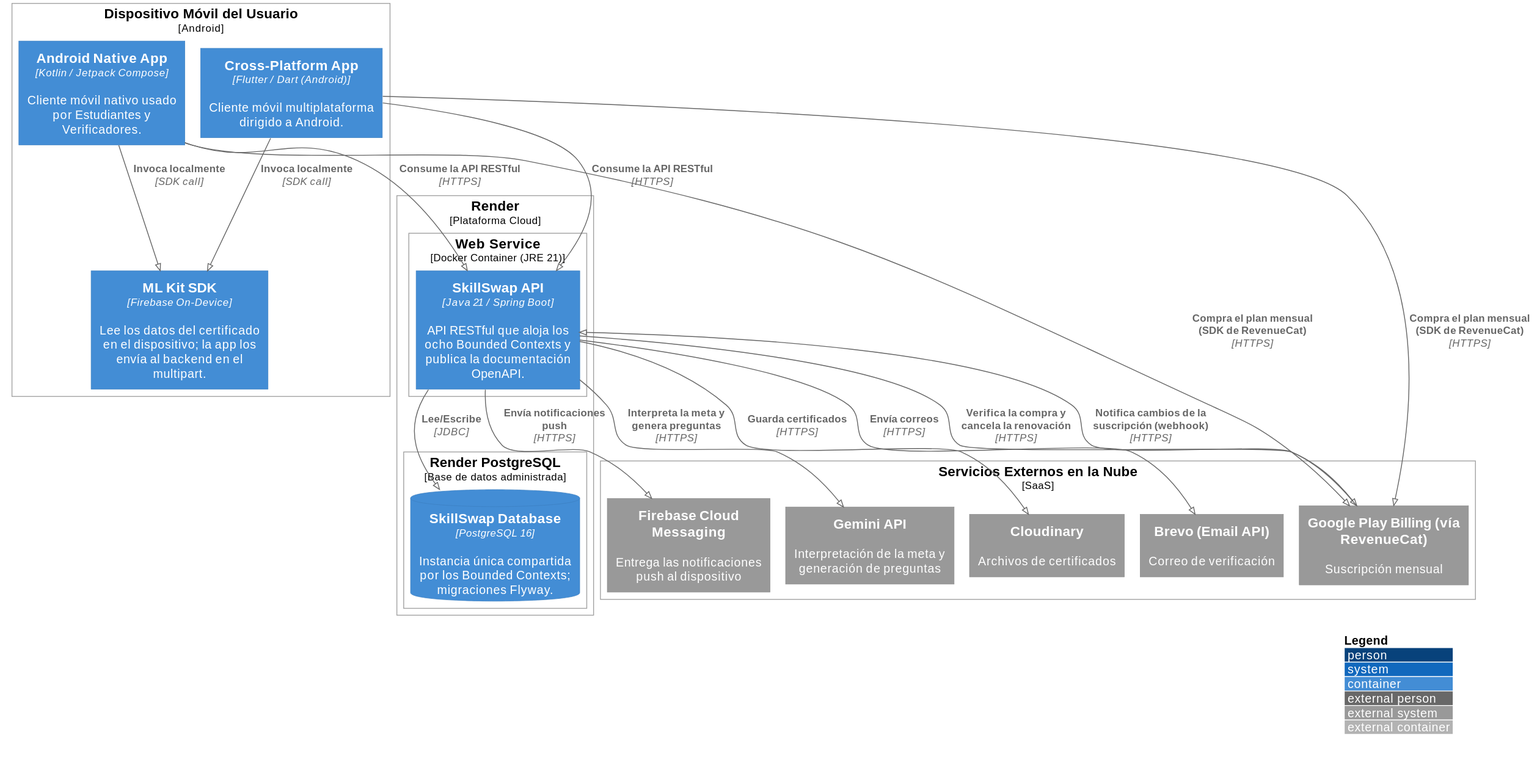
Above: images-doc/SkillSwapDeployment.svg in Aplicaciones-Dispositivos-Moviles/SkillSwap-ProjectReport (PlantUML), before the change.
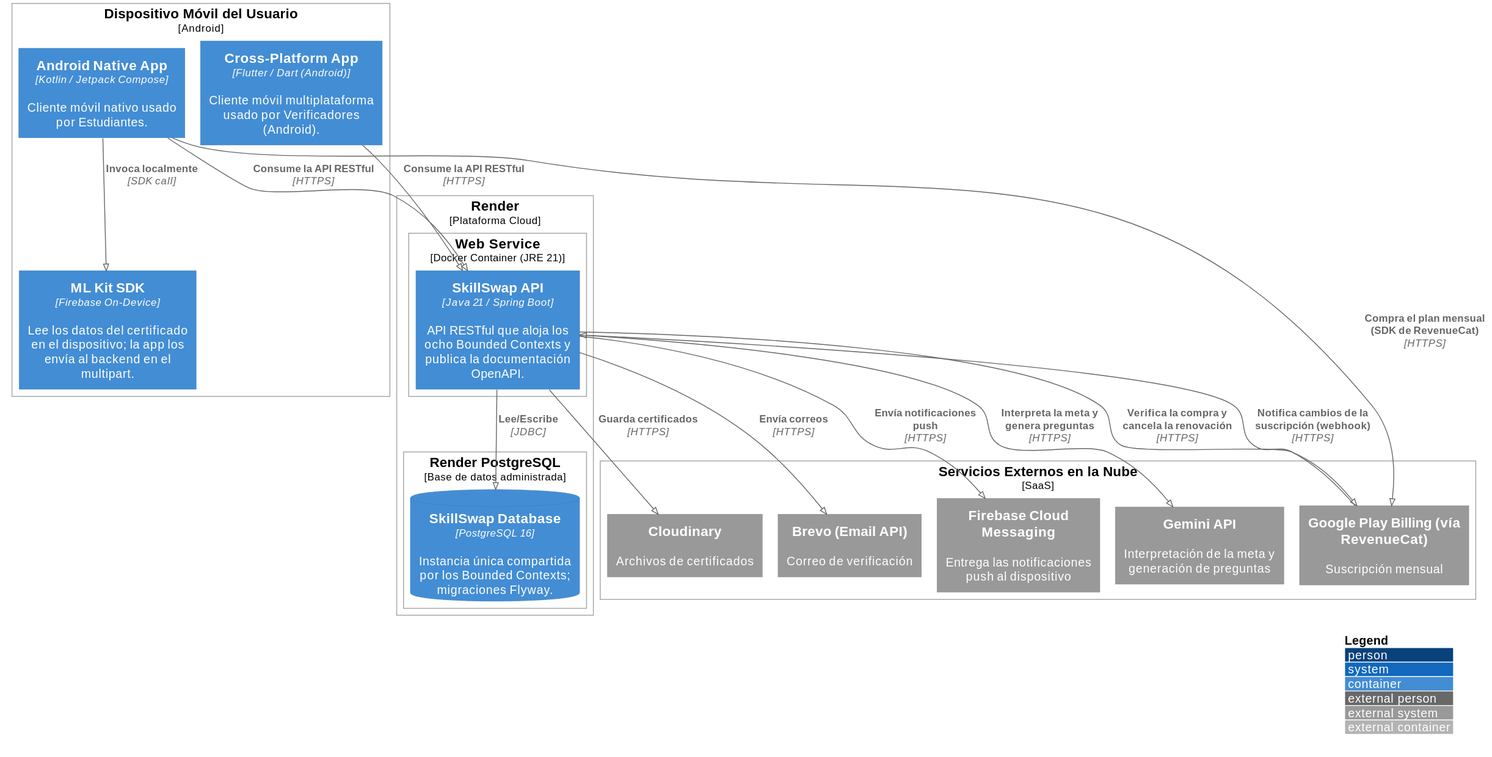
Later version of the same file.

Commit message:
docs(c4): differentiate actors by app in context, container and deployment diagrams

The edit, as a diff of the source:
```diff
@@ -5,8 +5,8 @@
 LAYOUT_WITH_LEGEND()
 
 Deployment_Node(userDevice, "Dispositivo Móvil del Usuario", "Android"){
-    Container(androidApp, "Android Native App", "Kotlin / Jetpack Compose", "Cliente móvil nativo usado por Estudiantes y Verificadores.")
-    Container(flutterApp, "Cross-Platform App", "Flutter / Dart (Android)", "Cliente móvil multiplataforma dirigido a Android.")
+    Container(androidApp, "Android Native App", "Kotlin / Jetpack Compose", "Cliente móvil nativo usado por Estudiantes.")
+    Container(flutterApp, "Cross-Platform App", "Flutter / Dart (Android)", "Cliente móvil multiplataforma usado por Verificadores (Android).")
     Container(mlKitSdk, "ML Kit SDK", "Firebase On-Device", "Lee los datos del certificado en el dispositivo; la app los envía al backend en el multipart.")
 }
 
@@ -28,7 +28,6 @@
 }
 
 Rel(androidApp, mlKitSdk, "Invoca localmente", "SDK call")
-Rel(flutterApp, mlKitSdk, "Invoca localmente", "SDK call")
 
 Rel(androidApp, api, "Consume la API RESTful", "HTTPS")
 Rel(flutterApp, api, "Consume la API RESTful", "HTTPS")
@@ -42,5 +41,4 @@
 Rel(api, playBilling, "Verifica la compra y cancela la renovación", "HTTPS")
 Rel(playBilling, api, "Notifica cambios de la suscripción (webhook)", "HTTPS")
 Rel(androidApp, playBilling, "Compra el plan mensual (SDK de RevenueCat)", "HTTPS")
-Rel(flutterApp, playBilling, "Compra el plan mensual (SDK de RevenueCat)", "HTTPS")
 @enduml
```
